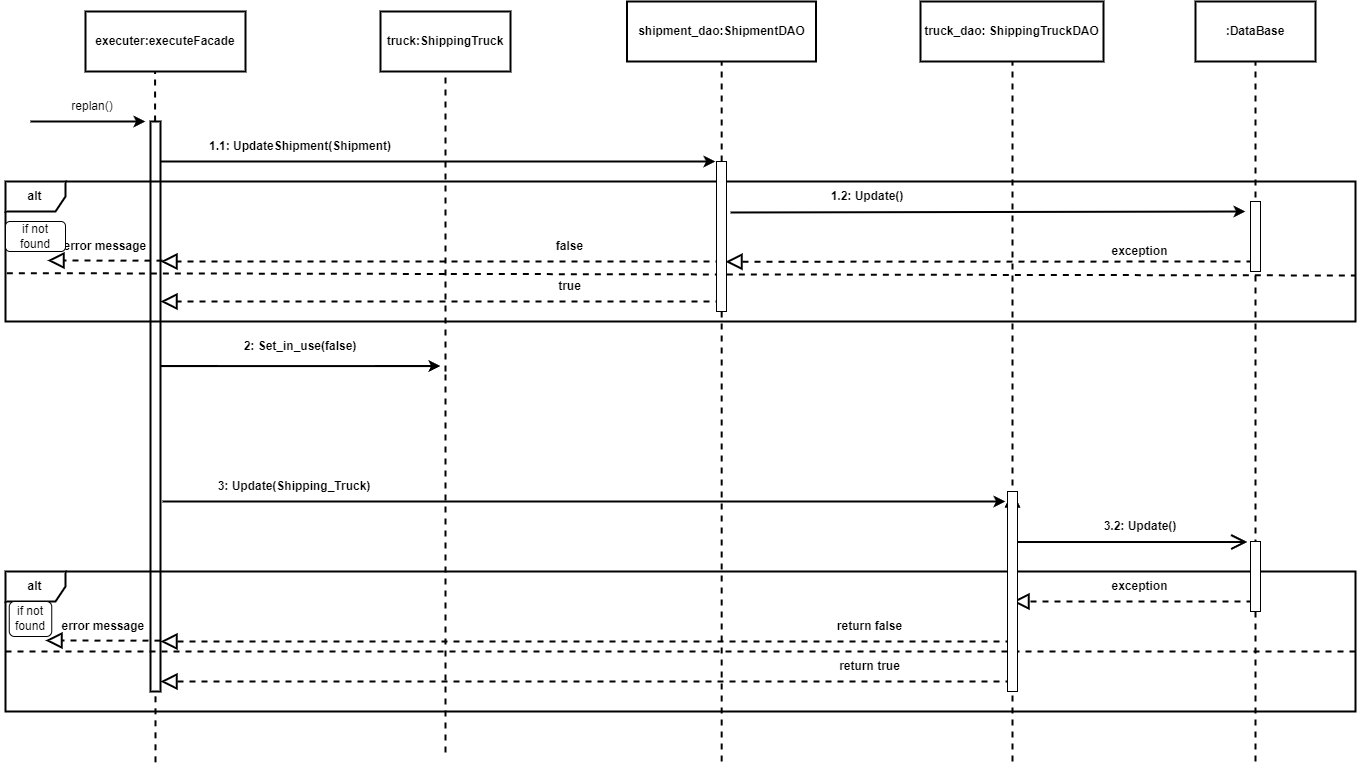
This is C4 - replan.drawio.png from omerad1/drw, a draw.io export, as it was before one commit. Source tidied: cells renumbered, new cells last; positions are measured from the earlier drawing's top-left corner, leaving out a move shared by most shapes. Its diagram source:
```xml
<mxGraphModel>
  <root>
    <mxCell id="0" />
    <mxCell id="1" parent="0" />
    <mxCell id="2" value="truck:ShippingTruck" style="rounded=0;whiteSpace=wrap;html=1;fontStyle=1;strokeWidth=2;" parent="1" vertex="1">
      <mxGeometry x="380" y="10" width="130" height="60" as="geometry" />
    </mxCell>
    <mxCell id="3" value="executer:executeFacade" style="rounded=0;whiteSpace=wrap;html=1;fontStyle=1;strokeWidth=2;" parent="1" vertex="1">
      <mxGeometry x="85" y="10" width="160" height="60" as="geometry" />
    </mxCell>
    <mxCell id="4" style="endArrow=none;dashed=1;html=1;rounded=0;fontStyle=1;strokeWidth=2;" parent="1" edge="1" source="24">
      <mxGeometry relative="1" as="geometry">
        <mxPoint x="154.6" y="70" as="targetPoint" />
      </mxGeometry>
    </mxCell>
    <mxCell id="5" style="endArrow=classic;html=1;rounded=0;fontStyle=1;strokeWidth=2;" parent="1" edge="1">
      <mxGeometry relative="1" as="geometry">
        <mxPoint x="155" y="160" as="sourcePoint" />
        <mxPoint x="715" y="160" as="targetPoint" />
      </mxGeometry>
    </mxCell>
    <mxCell id="6" value="2: Set_in_use(false)" style="text;html=1;align=center;verticalAlign=middle;whiteSpace=wrap;rounded=0;fontStyle=1;strokeWidth=2;" parent="1" vertex="1">
      <mxGeometry x="235" y="330" width="130" height="30" as="geometry" />
    </mxCell>
    <mxCell id="7" value="shipment_dao:ShipmentDAO" style="rounded=0;whiteSpace=wrap;html=1;fontStyle=1;strokeWidth=2;" parent="1" vertex="1">
      <mxGeometry x="626.5" width="189" height="60" as="geometry" />
    </mxCell>
    <mxCell id="8" style="endArrow=none;dashed=1;html=1;rounded=0;fontStyle=1;strokeWidth=2;" parent="1" edge="1">
      <mxGeometry relative="1" as="geometry">
        <mxPoint x="721.2" y="760" as="sourcePoint" />
        <mxPoint x="721.2" y="60" as="targetPoint" />
      </mxGeometry>
    </mxCell>
    <mxCell id="9" value=":DataBase" style="rounded=0;whiteSpace=wrap;html=1;fontStyle=1;strokeWidth=2;" parent="1" vertex="1">
      <mxGeometry x="1195" width="120" height="60" as="geometry" />
    </mxCell>
    <mxCell id="10" style="endArrow=none;dashed=1;html=1;rounded=0;fontStyle=1;strokeWidth=2;" parent="1" edge="1">
      <mxGeometry relative="1" as="geometry">
        <mxPoint x="1255" y="760" as="sourcePoint" />
        <mxPoint x="1255" y="60" as="targetPoint" />
      </mxGeometry>
    </mxCell>
    <mxCell id="11" style="endArrow=classic;html=1;rounded=0;fontStyle=1;strokeWidth=2;" parent="1" edge="1">
      <mxGeometry relative="1" as="geometry">
        <mxPoint x="1255" y="530" as="sourcePoint" />
        <mxPoint x="1255" y="530" as="targetPoint" />
      </mxGeometry>
    </mxCell>
    <mxCell id="12" style="endArrow=classic;html=1;rounded=0;fontStyle=1;strokeWidth=2;" parent="1" edge="1">
      <mxGeometry relative="1" as="geometry">
        <mxPoint x="30" y="120" as="sourcePoint" />
        <mxPoint x="145" y="120" as="targetPoint" />
      </mxGeometry>
    </mxCell>
    <mxCell id="13" value="1.1: UpdateShipment(Shipment)" style="text;html=1;align=center;verticalAlign=middle;whiteSpace=wrap;rounded=0;fontStyle=1;strokeWidth=2;" parent="1" vertex="1">
      <mxGeometry x="155" y="130" width="290" height="30" as="geometry" />
    </mxCell>
    <mxCell id="14" value="truck_dao: ShippingTruckDAO" style="rounded=0;whiteSpace=wrap;html=1;fontStyle=1;strokeWidth=2;" parent="1" vertex="1">
      <mxGeometry x="920" width="183" height="60" as="geometry" />
    </mxCell>
    <mxCell id="15" style="endArrow=none;dashed=1;html=1;rounded=0;fontStyle=1;strokeWidth=2;" parent="1" edge="1">
      <mxGeometry relative="1" as="geometry">
        <mxPoint x="1012" y="760" as="sourcePoint" />
        <mxPoint x="1012" y="60" as="targetPoint" />
      </mxGeometry>
    </mxCell>
    <mxCell id="16" style="endArrow=classic;html=1;rounded=0;fontStyle=1;strokeWidth=2;" parent="1" edge="1">
      <mxGeometry relative="1" as="geometry">
        <mxPoint x="162" y="500" as="sourcePoint" />
        <mxPoint x="1005" y="500" as="targetPoint" />
      </mxGeometry>
    </mxCell>
    <mxCell id="17" value="3: Update(Shipping_Truck)" style="text;html=1;align=center;verticalAlign=middle;whiteSpace=wrap;rounded=0;fontStyle=1;strokeWidth=2;" parent="1" vertex="1">
      <mxGeometry x="149" y="470" width="290" height="30" as="geometry" />
    </mxCell>
    <mxCell id="18" style="endArrow=classic;html=1;rounded=0;exitX=0.028;exitY=1.033;exitDx=0;exitDy=0;exitPerimeter=0;fontStyle=1;strokeWidth=2;" parent="1" edge="1" source="19">
      <mxGeometry relative="1" as="geometry">
        <mxPoint x="1245" y="210" as="targetPoint" />
      </mxGeometry>
    </mxCell>
    <mxCell id="19" value="1.2: Update()" style="text;html=1;align=center;verticalAlign=middle;whiteSpace=wrap;rounded=0;fontStyle=1;strokeWidth=2;" parent="1" vertex="1">
      <mxGeometry x="722" y="180" width="290" height="30" as="geometry" />
    </mxCell>
    <mxCell id="20" style="endArrow=block;dashed=1;endFill=0;endSize=12;html=1;rounded=0;exitX=0;exitY=1;exitDx=0;exitDy=0;fontStyle=1;strokeWidth=2;" parent="1" edge="1">
      <mxGeometry relative="1" as="geometry">
        <mxPoint x="721" y="260" as="sourcePoint" />
        <mxPoint x="160" y="260" as="targetPoint" />
        <Array as="points">
          <mxPoint x="675" y="260" />
        </Array>
      </mxGeometry>
    </mxCell>
    <mxCell id="21" value="return false" style="text;html=1;align=center;verticalAlign=middle;whiteSpace=wrap;rounded=0;fontStyle=1;strokeWidth=2;" parent="1" vertex="1">
      <mxGeometry x="825" y="610" width="89" height="30" as="geometry" />
    </mxCell>
    <mxCell id="22" value="false" style="text;html=1;align=center;verticalAlign=middle;whiteSpace=wrap;rounded=0;fontStyle=1;strokeWidth=2;" parent="1" vertex="1">
      <mxGeometry x="525" y="230" width="89" height="30" as="geometry" />
    </mxCell>
    <mxCell id="23" style="endArrow=none;dashed=1;html=1;rounded=0;fontStyle=1;strokeWidth=2;" parent="1" edge="1" target="24">
      <mxGeometry relative="1" as="geometry">
        <mxPoint x="155" y="760.8" as="sourcePoint" />
      </mxGeometry>
    </mxCell>
    <mxCell id="24" style="html=1;points=[];perimeter=orthogonalPerimeter;outlineConnect=0;targetShapes=umlLifeline;portConstraint=eastwest;newEdgeStyle={&quot;edgeStyle&quot;:&quot;elbowEdgeStyle&quot;,&quot;elbow&quot;:&quot;vertical&quot;,&quot;curved&quot;:0,&quot;rounded&quot;:0};fontStyle=1;strokeWidth=2;" parent="1" vertex="1">
      <mxGeometry x="150" y="120" width="10" height="570" as="geometry" />
    </mxCell>
    <mxCell id="25" style="endArrow=block;dashed=1;endFill=0;endSize=12;html=1;rounded=0;exitX=0;exitY=1;exitDx=0;exitDy=0;fontStyle=1;strokeWidth=2;" parent="1" edge="1">
      <mxGeometry relative="1" as="geometry">
        <mxPoint x="721" y="300" as="sourcePoint" />
        <mxPoint x="160" y="300" as="targetPoint" />
      </mxGeometry>
    </mxCell>
    <mxCell id="26" value="true" style="text;html=1;align=center;verticalAlign=middle;whiteSpace=wrap;rounded=0;fontStyle=1;strokeWidth=2;" parent="1" vertex="1">
      <mxGeometry x="525" y="270" width="89" height="30" as="geometry" />
    </mxCell>
    <mxCell id="27" style="endArrow=block;dashed=1;endFill=0;endSize=12;html=1;rounded=0;fontStyle=1;strokeWidth=2;" parent="1" edge="1">
      <mxGeometry relative="1" as="geometry">
        <mxPoint x="160" y="639.2" as="sourcePoint" />
        <mxPoint x="45" y="639" as="targetPoint" />
      </mxGeometry>
    </mxCell>
    <mxCell id="28" value="error message&amp;nbsp;" style="text;html=1;align=center;verticalAlign=middle;whiteSpace=wrap;rounded=0;fontStyle=1;strokeWidth=2;" parent="1" vertex="1">
      <mxGeometry x="60" y="610" width="89" height="30" as="geometry" />
    </mxCell>
    <mxCell id="29" style="endArrow=block;dashed=1;endFill=0;endSize=12;html=1;rounded=0;fontStyle=1;strokeWidth=2;" parent="1" edge="1">
      <mxGeometry relative="1" as="geometry">
        <mxPoint x="1011" y="640" as="sourcePoint" />
        <mxPoint x="160" y="640" as="targetPoint" />
        <Array as="points">
          <mxPoint x="685" y="640" />
          <mxPoint x="265" y="640" />
        </Array>
      </mxGeometry>
    </mxCell>
    <mxCell id="30" style="endArrow=block;dashed=1;endFill=0;endSize=12;html=1;rounded=0;fontStyle=1;strokeWidth=2;" parent="1" edge="1">
      <mxGeometry relative="1" as="geometry">
        <mxPoint x="1252" y="600" as="sourcePoint" />
        <mxPoint x="1012" y="600" as="targetPoint" />
      </mxGeometry>
    </mxCell>
    <mxCell id="31" value="exception" style="text;html=1;align=center;verticalAlign=middle;whiteSpace=wrap;rounded=0;fontStyle=1;strokeWidth=2;" parent="1" vertex="1">
      <mxGeometry x="1095" y="570" width="89" height="30" as="geometry" />
    </mxCell>
    <mxCell id="32" style="endArrow=classic;html=1;rounded=0;fontStyle=1;strokeWidth=2;" parent="1" edge="1">
      <mxGeometry relative="1" as="geometry">
        <mxPoint x="1012" y="530" as="sourcePoint" />
        <mxPoint x="1012" y="530" as="targetPoint" />
      </mxGeometry>
    </mxCell>
    <mxCell id="33" value="return true" style="text;html=1;align=center;verticalAlign=middle;whiteSpace=wrap;rounded=0;fontStyle=1;strokeWidth=2;" parent="1" vertex="1">
      <mxGeometry x="825" y="650" width="89" height="30" as="geometry" />
    </mxCell>
    <mxCell id="34" style="endArrow=block;dashed=1;endFill=0;endSize=12;html=1;rounded=0;fontStyle=1;strokeWidth=2;" parent="1" edge="1">
      <mxGeometry relative="1" as="geometry">
        <mxPoint x="1011" y="680" as="sourcePoint" />
        <mxPoint x="160" y="680" as="targetPoint" />
        <Array as="points">
          <mxPoint x="685" y="680" />
          <mxPoint x="265" y="680" />
        </Array>
      </mxGeometry>
    </mxCell>
    <mxCell id="35" style="endArrow=classic;html=1;rounded=0;fontStyle=1;strokeWidth=2;" parent="1" edge="1">
      <mxGeometry relative="1" as="geometry">
        <mxPoint x="160" y="364.6" as="sourcePoint" />
        <mxPoint x="440" y="364.6" as="targetPoint" />
        <Array as="points">
          <mxPoint x="300" y="364.6" />
          <mxPoint x="410" y="364.6" />
          <mxPoint x="430" y="364.6" />
        </Array>
      </mxGeometry>
    </mxCell>
    <mxCell id="36" style="endArrow=open;endFill=1;endSize=12;html=1;rounded=0;fontStyle=1;strokeWidth=2;entryX=0.87;entryY=1.017;entryDx=0;entryDy=0;entryPerimeter=0;" parent="1" edge="1" source="50" target="37">
      <mxGeometry relative="1" as="geometry" />
    </mxCell>
    <mxCell id="37" value="3.2: Update()" style="text;html=1;align=center;verticalAlign=middle;whiteSpace=wrap;rounded=0;fontStyle=1;strokeWidth=2;" parent="1" vertex="1">
      <mxGeometry x="994.5" y="510" width="290" height="30" as="geometry" />
    </mxCell>
    <mxCell id="38" style="endArrow=block;dashed=1;endFill=0;endSize=12;html=1;rounded=0;fontStyle=1;strokeWidth=2;" parent="1" edge="1">
      <mxGeometry relative="1" as="geometry">
        <mxPoint x="162" y="259.2" as="sourcePoint" />
        <mxPoint x="47" y="259" as="targetPoint" />
      </mxGeometry>
    </mxCell>
    <mxCell id="39" value="error message&amp;nbsp;" style="text;html=1;align=center;verticalAlign=middle;whiteSpace=wrap;rounded=0;fontStyle=1;strokeWidth=2;" parent="1" vertex="1">
      <mxGeometry x="62" y="230" width="89" height="30" as="geometry" />
    </mxCell>
    <mxCell id="40" style="endArrow=block;dashed=1;endFill=0;endSize=12;html=1;rounded=0;fontStyle=1;strokeWidth=2;" parent="1" edge="1">
      <mxGeometry relative="1" as="geometry">
        <mxPoint x="1252" y="260" as="sourcePoint" />
        <mxPoint x="725" y="260.2" as="targetPoint" />
      </mxGeometry>
    </mxCell>
    <mxCell id="41" value="exception" style="text;html=1;align=center;verticalAlign=middle;whiteSpace=wrap;rounded=0;fontStyle=1;strokeWidth=2;" parent="1" vertex="1">
      <mxGeometry x="1095" y="235" width="89" height="30" as="geometry" />
    </mxCell>
    <mxCell id="42" value="alt" style="shape=umlFrame;whiteSpace=wrap;html=1;fontStyle=1;strokeWidth=2;" parent="1" vertex="1">
      <mxGeometry x="5" y="180" width="1350" height="140" as="geometry" />
    </mxCell>
    <mxCell id="43" value="alt" style="shape=umlFrame;whiteSpace=wrap;html=1;fontStyle=1;strokeWidth=2;" parent="1" vertex="1">
      <mxGeometry x="5" y="570" width="1350" height="140" as="geometry" />
    </mxCell>
    <mxCell id="44" style="endArrow=none;dashed=1;html=1;rounded=0;exitX=0.001;exitY=0.655;exitDx=0;exitDy=0;exitPerimeter=0;fontStyle=1;strokeWidth=2;" parent="1" edge="1" source="42">
      <mxGeometry relative="1" as="geometry">
        <mxPoint x="1355" y="274" as="targetPoint" />
      </mxGeometry>
    </mxCell>
    <mxCell id="45" style="endArrow=none;dashed=1;html=1;rounded=0;fontStyle=1;strokeWidth=2;" parent="1" edge="1">
      <mxGeometry relative="1" as="geometry">
        <mxPoint x="5" y="650" as="sourcePoint" />
        <mxPoint x="1355" y="650" as="targetPoint" />
      </mxGeometry>
    </mxCell>
    <mxCell id="46" style="endArrow=none;dashed=1;html=1;rounded=0;fontStyle=1;strokeWidth=2;entryX=0.5;entryY=1;entryDx=0;entryDy=0;" parent="1" edge="1" target="2">
      <mxGeometry relative="1" as="geometry">
        <mxPoint x="445" y="370" as="sourcePoint" />
      </mxGeometry>
    </mxCell>
    <mxCell id="47" style="endArrow=none;dashed=1;html=1;rounded=0;fontStyle=1;strokeWidth=2;entryX=0.5;entryY=1;entryDx=0;entryDy=0;" parent="1" edge="1">
      <mxGeometry relative="1" as="geometry">
        <mxPoint x="445" y="751" as="sourcePoint" />
        <mxPoint x="445" y="370" as="targetPoint" />
      </mxGeometry>
    </mxCell>
    <mxCell id="48" style="html=1;perimeter=orthogonalPerimeter;targetShapes=umlLifeline;newEdgeStyle={&quot;edgeStyle&quot;:&quot;elbowEdgeStyle&quot;,&quot;elbow&quot;:&quot;vertical&quot;,&quot;curved&quot;:0,&quot;rounded&quot;:0};" parent="1" vertex="1">
      <mxGeometry x="716" y="160" width="10" height="150" as="geometry" />
    </mxCell>
    <mxCell id="49" style="endArrow=open;endFill=1;endSize=12;html=1;rounded=0;fontStyle=1;strokeWidth=2;" parent="1" edge="1" target="50">
      <mxGeometry relative="1" as="geometry">
        <mxPoint x="1012" y="540" as="sourcePoint" />
      </mxGeometry>
    </mxCell>
    <mxCell id="50" style="html=1;points=[];perimeter=orthogonalPerimeter;outlineConnect=0;targetShapes=umlLifeline;portConstraint=eastwest;newEdgeStyle={&quot;edgeStyle&quot;:&quot;elbowEdgeStyle&quot;,&quot;elbow&quot;:&quot;vertical&quot;,&quot;curved&quot;:0,&quot;rounded&quot;:0};" parent="1" vertex="1">
      <mxGeometry x="1007" y="490" width="10" height="200" as="geometry" />
    </mxCell>
    <mxCell id="51" style="html=1;perimeter=orthogonalPerimeter;targetShapes=umlLifeline;newEdgeStyle={&quot;edgeStyle&quot;:&quot;elbowEdgeStyle&quot;,&quot;elbow&quot;:&quot;vertical&quot;,&quot;curved&quot;:0,&quot;rounded&quot;:0};" parent="1" vertex="1">
      <mxGeometry x="1250" y="200" width="10" height="70" as="geometry" />
    </mxCell>
    <mxCell id="52" style="html=1;perimeter=orthogonalPerimeter;targetShapes=umlLifeline;newEdgeStyle={&quot;edgeStyle&quot;:&quot;elbowEdgeStyle&quot;,&quot;elbow&quot;:&quot;vertical&quot;,&quot;curved&quot;:0,&quot;rounded&quot;:0};" parent="1" vertex="1">
      <mxGeometry x="1250" y="540" width="10" height="70" as="geometry" />
    </mxCell>
    <mxCell id="53" value="replan()" style="text;html=1;strokeColor=none;fillColor=none;align=center;verticalAlign=middle;whiteSpace=wrap;rounded=0;" parent="1" vertex="1">
      <mxGeometry x="62" y="90" width="60" height="30" as="geometry" />
    </mxCell>
    <mxCell id="54" style="rounded=1;whiteSpace=wrap;html=1;" parent="1" vertex="1">
      <mxGeometry x="5" y="220" width="60" height="30" as="geometry" />
    </mxCell>
    <mxCell id="55" value="if not found" style="text;html=1;strokeColor=none;fillColor=none;align=center;verticalAlign=middle;whiteSpace=wrap;rounded=0;" parent="1" vertex="1">
      <mxGeometry x="5" y="220" width="60" height="30" as="geometry" />
    </mxCell>
    <mxCell id="56" value="if not found" style="text;html=1;strokeColor=none;fillColor=none;align=center;verticalAlign=middle;whiteSpace=wrap;rounded=0;" parent="1" vertex="1">
      <mxGeometry y="600" width="60" height="30" as="geometry" />
    </mxCell>
    <mxCell id="57" style="rounded=1;whiteSpace=wrap;html=1;" parent="1" vertex="1">
      <mxGeometry x="8.8" y="600" width="42.5" height="35" as="geometry" />
    </mxCell>
    <mxCell id="58" value="if not found" style="text;html=1;strokeColor=none;fillColor=none;align=center;verticalAlign=middle;whiteSpace=wrap;rounded=0;" parent="1" vertex="1">
      <mxGeometry y="602.5" width="60" height="30" as="geometry" />
    </mxCell>
  </root>
</mxGraphModel>
```
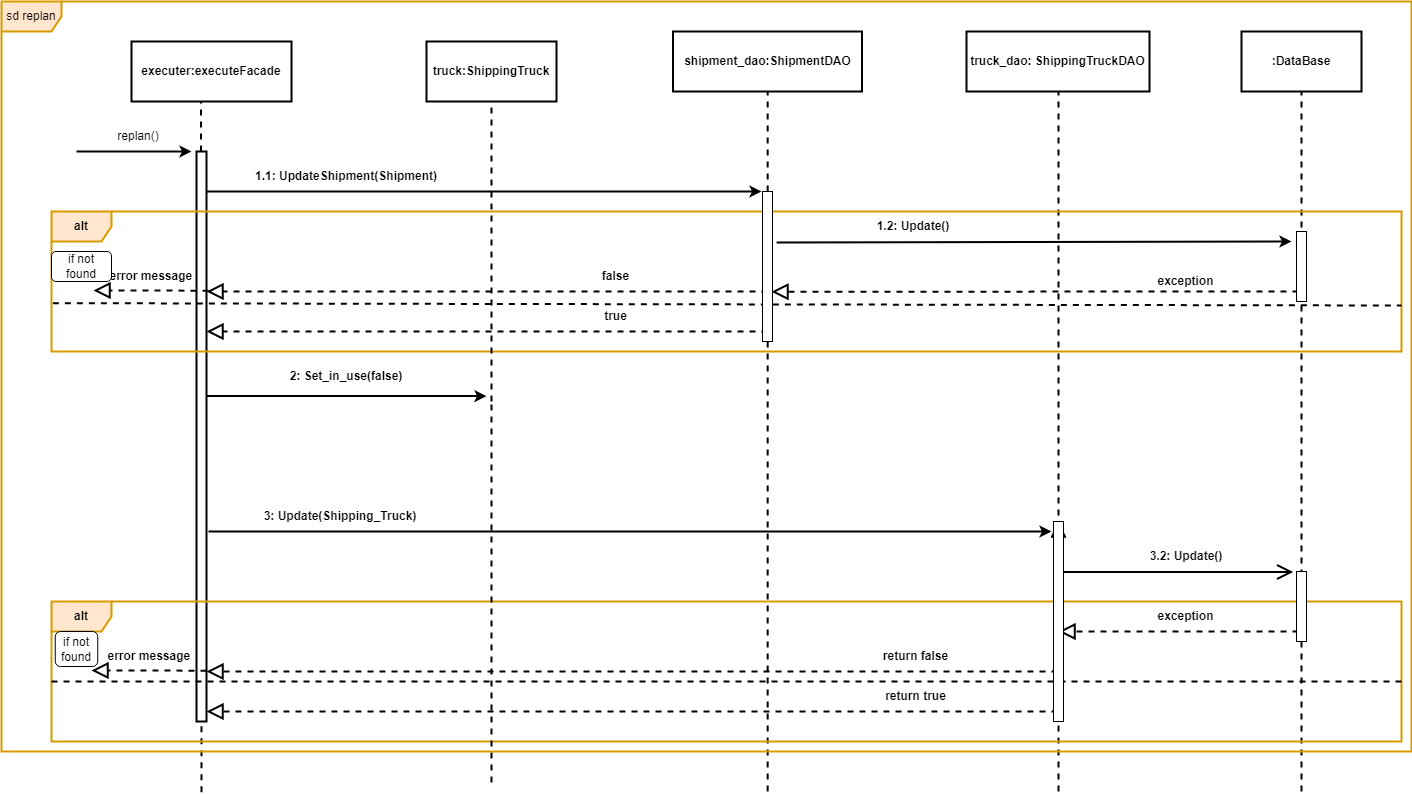
The same file after the commit.

Diff of the diagram source:
```diff
@@ -195,10 +195,10 @@
     <mxCell id="41" value="exception" style="text;html=1;align=center;verticalAlign=middle;whiteSpace=wrap;rounded=0;fontStyle=1;strokeWidth=2;" parent="1" vertex="1">
       <mxGeometry x="1095" y="235" width="89" height="30" as="geometry" />
     </mxCell>
-    <mxCell id="42" value="alt" style="shape=umlFrame;whiteSpace=wrap;html=1;fontStyle=1;strokeWidth=2;" parent="1" vertex="1">
+    <mxCell id="42" value="alt" style="shape=umlFrame;whiteSpace=wrap;html=1;fontStyle=1;strokeWidth=2;fillColor=#ffe6cc;strokeColor=#d79b00;" parent="1" vertex="1">
       <mxGeometry x="5" y="180" width="1350" height="140" as="geometry" />
     </mxCell>
-    <mxCell id="43" value="alt" style="shape=umlFrame;whiteSpace=wrap;html=1;fontStyle=1;strokeWidth=2;" parent="1" vertex="1">
+    <mxCell id="43" value="alt" style="shape=umlFrame;whiteSpace=wrap;html=1;fontStyle=1;strokeWidth=2;fillColor=#ffe6cc;strokeColor=#d79b00;" parent="1" vertex="1">
       <mxGeometry x="5" y="570" width="1350" height="140" as="geometry" />
     </mxCell>
     <mxCell id="44" style="endArrow=none;dashed=1;html=1;rounded=0;exitX=0.001;exitY=0.655;exitDx=0;exitDy=0;exitPerimeter=0;fontStyle=1;strokeWidth=2;" parent="1" edge="1" source="42">
@@ -258,5 +258,8 @@
     <mxCell id="58" value="if not found" style="text;html=1;strokeColor=none;fillColor=none;align=center;verticalAlign=middle;whiteSpace=wrap;rounded=0;" parent="1" vertex="1">
       <mxGeometry y="602.5" width="60" height="30" as="geometry" />
     </mxCell>
+    <mxCell id="59" value="&lt;span style=&quot;font-weight: normal;&quot;&gt;sd replan&lt;/span&gt;" style="shape=umlFrame;whiteSpace=wrap;html=1;fontStyle=1;strokeWidth=2;fillColor=#ffe6cc;strokeColor=#d79b00;" parent="1" vertex="1">
+      <mxGeometry x="-45" y="-30" width="1410" height="750" as="geometry" />
+    </mxCell>
   </root>
 </mxGraphModel>
```
